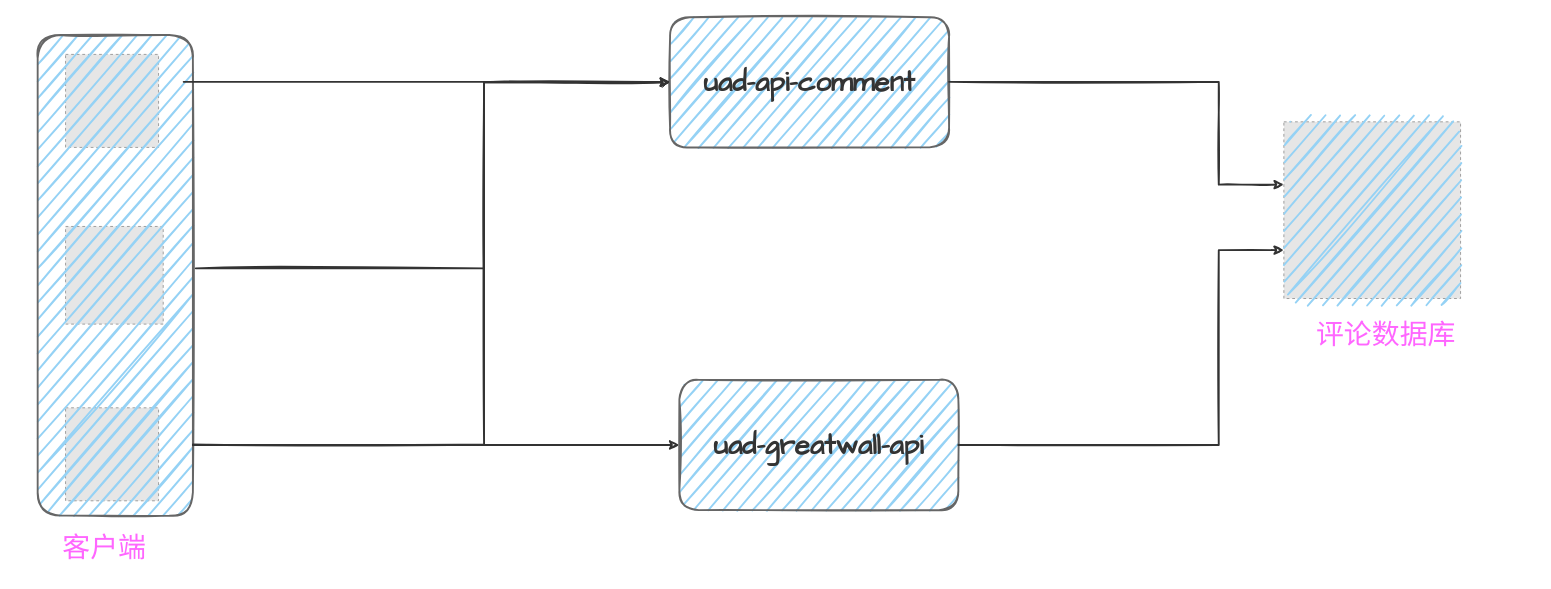
Above: pictures/评论系统旧链路.drawio in dimdark/my-drawio (draw.io), before the change. Source tidied: cells renumbered, new cells numbered last; positions are measured from the earlier drawing's top-left corner, leaving out a move shared by most shapes. Both pictures are drawn from the tidied source at 93%, with x=0, y=0 at pixel (16, 17). Pictures stored in the file or linked from it are replaced by grey dashed boxes.
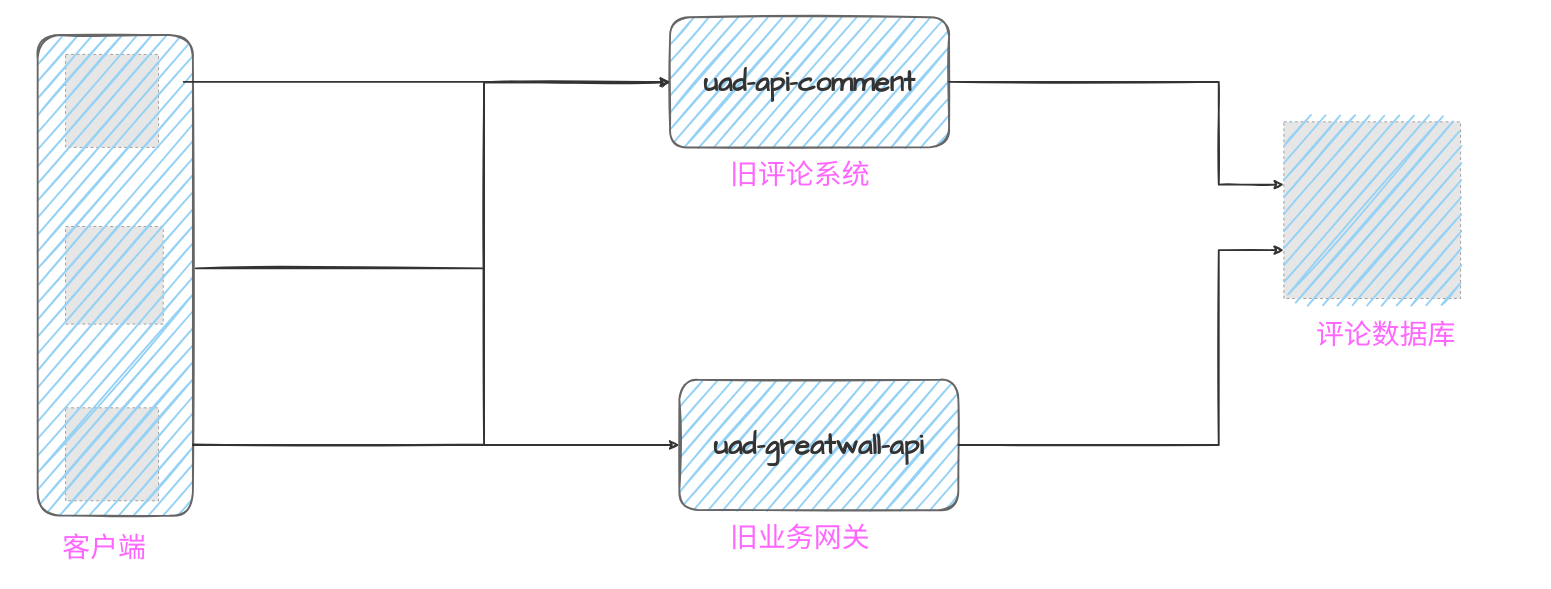
The same diagram, later.

Commit message (it also covers changes not shown here):
更新评论系统旧链路.drawio

Diff of the diagram source:
```diff
@@
+    <mxCell id="18" value="旧评论系统" style="text;html=1;strokeColor=none;fillColor=none;align=center;verticalAlign=middle;whiteSpace=wrap;rounded=0;sketch=1;fontSize=30;fontColor=#FF66FF;" parent="1" vertex="1">
+      <mxGeometry x="683" y="130" width="320" height="77.5" as="geometry" />
+    </mxCell>
+    <mxCell id="19" value="旧业务网关" style="text;html=1;strokeColor=none;fillColor=none;align=center;verticalAlign=middle;whiteSpace=wrap;rounded=0;sketch=1;fontSize=30;fontColor=#FF66FF;" parent="1" vertex="1">
+      <mxGeometry x="683" y="520" width="320" height="77.5" as="geometry" />
+    </mxCell>
```
